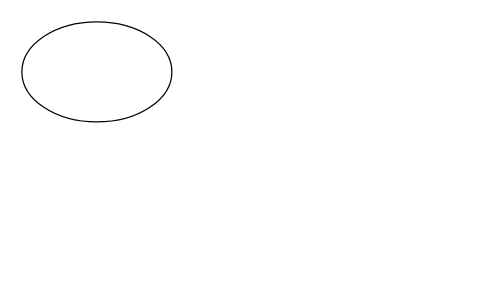
Earlier version of the draw.io diagram Diagramme sans nom.drawio (Lvmzoo-Dev/hackaton_gomycode). Source tidied: cells renumbered, new cells numbered last; positions are measured from the earlier drawing's top-left corner, leaving out a move shared by most shapes. Both pictures are drawn from the tidied source at 125%, with x=0, y=0 at pixel (21, 21).
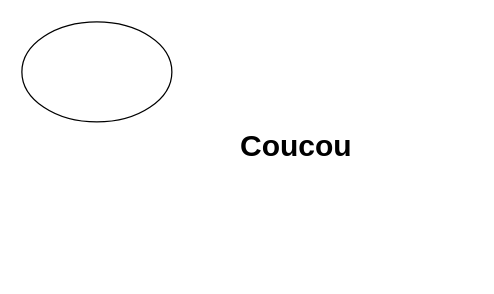
After the change.

Commit message (it also covers changes not shown here):
Mettre à jour Diagramme sans nom.drawio

Diff of the diagram source:
```diff
@@
 <mxGraphModel>
   <root>
     <mxCell id="0" />
     <mxCell id="1" parent="0" />
     <mxCell id="2" style="ellipse;whiteSpace=wrap;html=1;" parent="1" vertex="1">
       <mxGeometry width="120" height="80" as="geometry" />
     </mxCell>
+    <mxCell id="3" value="&lt;h1&gt;Coucou&lt;/h1&gt;" style="text;html=1;strokeColor=none;fillColor=none;spacing=5;spacingTop=-20;whiteSpace=wrap;overflow=hidden;rounded=0;" parent="1" vertex="1">
+      <mxGeometry x="170" y="80" width="190" height="120" as="geometry" />
+    </mxCell>
   </root>
 </mxGraphModel>
```
